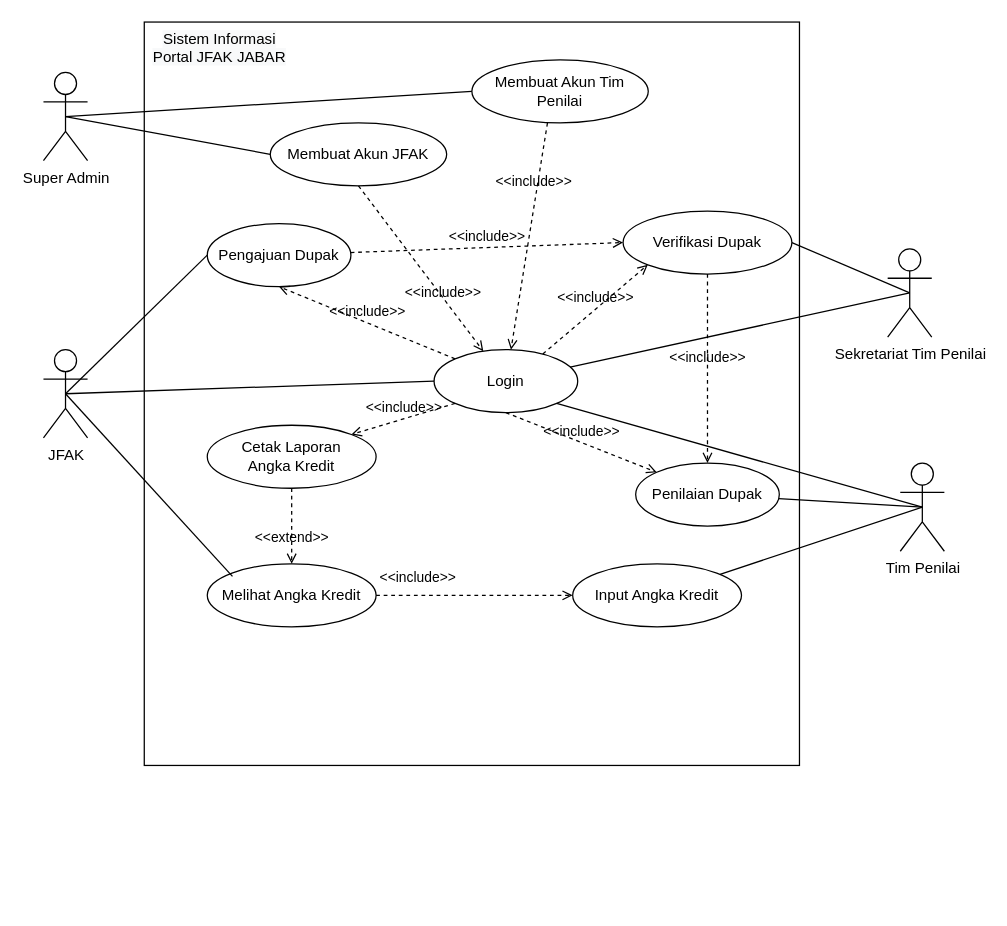
The draw.io diagram Analis/Diagram/Untitled Diagram.drawio in rafifauzi/SIPAK, before the edit. Source tidied: cells renumbered, new cells numbered last; positions are measured from the earlier drawing's top-left corner, leaving out a move shared by most shapes. Both pictures are drawn from the tidied source at 126%, with x=0, y=0 at pixel (43, 21).
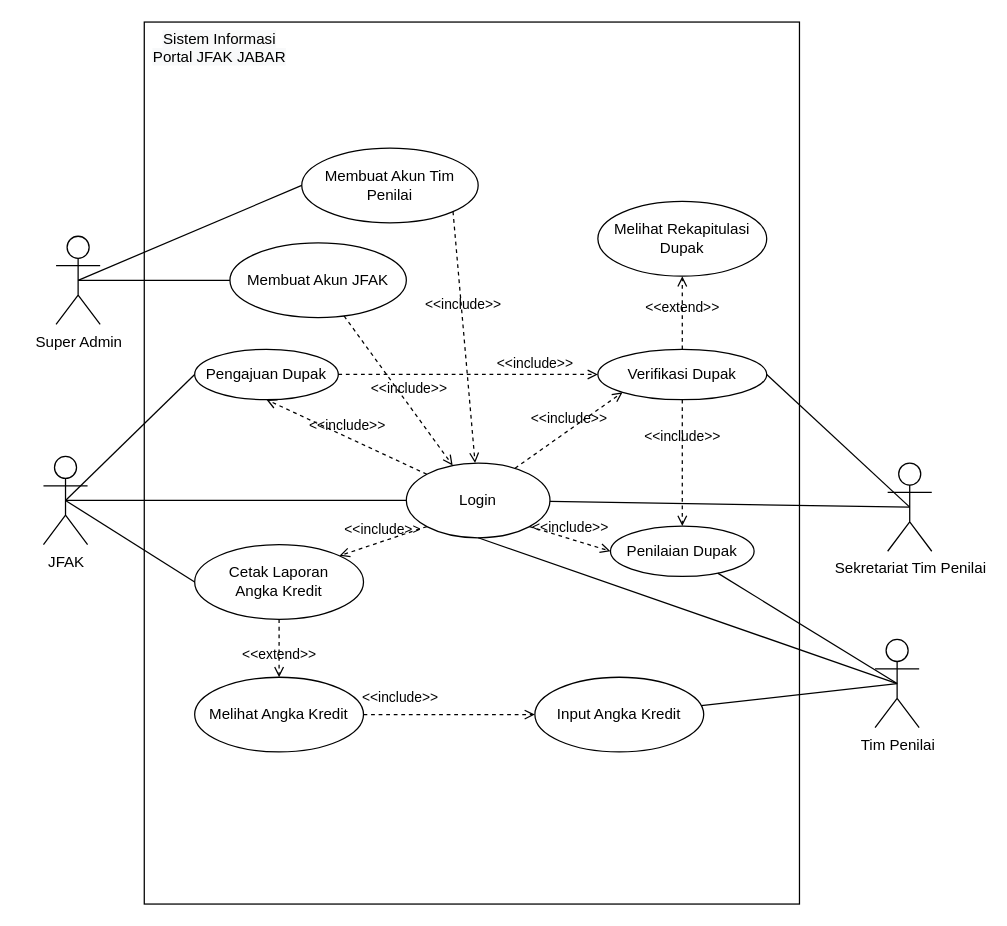
After the change.

Change to the diagram source:
```diff
@@
     <mxCell id="2" style="rounded=0;whiteSpace=wrap;html=1;" parent="1" vertex="1">
-      <mxGeometry x="80" width="520" height="590" as="geometry" />
+      <mxGeometry x="80" width="520" height="700" as="geometry" />
     </mxCell>
     <mxCell id="3" value="Pengajuan Dupak" style="ellipse;whiteSpace=wrap;html=1;" parent="2" vertex="1">
-      <mxGeometry x="50" y="160" width="114" height="50" as="geometry" />
+      <mxGeometry x="40" y="259.7" width="114" height="40" as="geometry" />
     </mxCell>
     <mxCell id="4" value="Membuat Akun Tim Penilai" style="ellipse;whiteSpace=wrap;html=1;" parent="2" vertex="1">
-      <mxGeometry x="260" y="30" width="140" height="50" as="geometry" />
+      <mxGeometry x="125" y="100" width="140" height="59.3" as="geometry" />
     </mxCell>
     <mxCell id="5" value="Verifikasi Dupak" style="ellipse;whiteSpace=wrap;html=1;" parent="2" vertex="1">
-      <mxGeometry x="380" y="150" width="134" height="50" as="geometry" />
+      <mxGeometry x="360" y="259.7" width="134" height="40" as="geometry" />
     </mxCell>
     <mxCell id="6" value="&amp;lt;&amp;lt;include&amp;gt;&amp;gt;" style="html=1;verticalAlign=bottom;labelBackgroundColor=none;endArrow=open;endFill=0;dashed=1;rounded=0;entryX=0;entryY=0.5;entryDx=0;entryDy=0;" parent="2" edge="1" source="3" target="5">
-      <mxGeometry relative="1" as="geometry" />
+      <mxGeometry x="0.51" relative="1" as="geometry" />
     </mxCell>
     <mxCell id="7" value="Penilaian Dupak" style="ellipse;whiteSpace=wrap;html=1;" parent="2" vertex="1">
-      <mxGeometry x="390" y="350" width="114" height="50" as="geometry" />
+      <mxGeometry x="370" y="400" width="114" height="40" as="geometry" />
     </mxCell>
     <mxCell id="8" value="&amp;lt;&amp;lt;include&amp;gt;&amp;gt;" style="html=1;verticalAlign=bottom;labelBackgroundColor=none;endArrow=open;endFill=0;dashed=1;rounded=0;entryX=0.5;entryY=0;entryDx=0;entryDy=0;exitX=0.5;exitY=1;exitDx=0;exitDy=0;" parent="2" edge="1" source="5" target="7">
-      <mxGeometry relative="1" as="geometry" />
+      <mxGeometry x="-0.25" relative="1" as="geometry" />
     </mxCell>
     <mxCell id="9" value="Login" style="ellipse;whiteSpace=wrap;html=1;" parent="2" vertex="1">
-      <mxGeometry x="230" y="260" width="114" height="50" as="geometry" />
+      <mxGeometry x="208" y="350" width="114" height="59.3" as="geometry" />
     </mxCell>
-    <mxCell id="10" value="&amp;lt;&amp;lt;include&amp;gt;&amp;gt;" style="html=1;verticalAlign=bottom;labelBackgroundColor=none;endArrow=open;endFill=0;dashed=1;rounded=0;" parent="2" edge="1" target="9">
-      <mxGeometry x="-0.38" y="-2" relative="1" as="geometry">
-        <mxPoint x="320" y="80" as="sourcePoint" />
-      </mxGeometry>
+    <mxCell id="10" value="&amp;lt;&amp;lt;include&amp;gt;&amp;gt;" style="html=1;verticalAlign=bottom;labelBackgroundColor=none;endArrow=open;endFill=0;dashed=1;rounded=0;exitX=1;exitY=1;exitDx=0;exitDy=0;" parent="2" edge="1" source="4" target="9">
+      <mxGeometry x="-0.17" y="1" relative="1" as="geometry" />
     </mxCell>
@@
     <mxCell id="13" value="Input Angka Kredit" style="ellipse;whiteSpace=wrap;html=1;" parent="2" vertex="1">
-      <mxGeometry x="340" y="430" width="134" height="50" as="geometry" />
+      <mxGeometry x="310" y="520" width="134" height="59.3" as="geometry" />
     </mxCell>
     <mxCell id="14" value="Membuat Akun JFAK" style="ellipse;whiteSpace=wrap;html=1;" parent="2" vertex="1">
-      <mxGeometry x="100" y="80" width="140" height="50" as="geometry" />
+      <mxGeometry x="68" y="175.3" width="140" height="59.3" as="geometry" />
     </mxCell>
-    <mxCell id="15" value="&amp;lt;&amp;lt;include&amp;gt;&amp;gt;" style="html=1;verticalAlign=bottom;labelBackgroundColor=none;endArrow=open;endFill=0;dashed=1;rounded=0;exitX=0.5;exitY=1;exitDx=0;exitDy=0;" parent="2" edge="1" source="14" target="9">
-      <mxGeometry x="0.41" y="-3" relative="1" as="geometry" />
+    <mxCell id="15" value="&amp;lt;&amp;lt;include&amp;gt;&amp;gt;" style="html=1;verticalAlign=bottom;labelBackgroundColor=none;endArrow=open;endFill=0;dashed=1;rounded=0;" parent="2" edge="1" source="14" target="9">
+      <mxGeometry x="0.15" y="2" relative="1" as="geometry" />
     </mxCell>
@@
     <mxCell id="17" value="Cetak Laporan&lt;br&gt;Angka Kredit" style="ellipse;whiteSpace=wrap;html=1;" parent="2" vertex="1">
-      <mxGeometry x="50" y="320" width="134" height="50" as="geometry" />
+      <mxGeometry x="40" y="414.7" width="134" height="59.3" as="geometry" />
     </mxCell>
     <mxCell id="18" value="Melihat Angka Kredit" style="ellipse;whiteSpace=wrap;html=1;" parent="2" vertex="1">
-      <mxGeometry x="50" y="430" width="134" height="50" as="geometry" />
+      <mxGeometry x="40" y="520" width="134" height="59.3" as="geometry" />
     </mxCell>
@@
     <mxCell id="21" value="&lt;span style=&quot;color: rgb(0 , 0 , 0) ; font-family: &amp;#34;helvetica&amp;#34; ; font-size: 12px ; font-style: normal ; font-weight: 400 ; letter-spacing: normal ; text-indent: 0px ; text-transform: none ; word-spacing: 0px ; background-color: rgb(248 , 249 , 250) ; display: inline ; float: none&quot;&gt;Sistem Informasi Portal JFAK JABAR&lt;/span&gt;" style="text;whiteSpace=wrap;html=1;align=center;" parent="2" vertex="1">
-      <mxGeometry width="120" height="30" as="geometry" />
+      <mxGeometry width="120" height="35.6" as="geometry" />
     </mxCell>
-    <mxCell id="22" value="&amp;lt;&amp;lt;include&amp;gt;&amp;gt;" style="html=1;verticalAlign=bottom;labelBackgroundColor=none;endArrow=open;endFill=0;dashed=1;rounded=0;entryX=0;entryY=0;entryDx=0;entryDy=0;exitX=0.5;exitY=1;exitDx=0;exitDy=0;" parent="2" edge="1" source="9" target="7">
+    <mxCell id="22" value="&amp;lt;&amp;lt;include&amp;gt;&amp;gt;" style="html=1;verticalAlign=bottom;labelBackgroundColor=none;endArrow=open;endFill=0;dashed=1;rounded=0;entryX=0;entryY=0.5;entryDx=0;entryDy=0;exitX=1;exitY=1;exitDx=0;exitDy=0;" parent="2" edge="1" source="9" target="7">
       <mxGeometry relative="1" as="geometry" />
     </mxCell>
+    <mxCell id="37" value="Melihat Rekapitulasi Dupak" style="ellipse;whiteSpace=wrap;html=1;" parent="2" vertex="1">
+      <mxGeometry x="360" y="142.4" width="134" height="59.3" as="geometry" />
+    </mxCell>
+    <mxCell id="38" value="&amp;lt;&amp;lt;extend&amp;gt;&amp;gt;" style="html=1;verticalAlign=bottom;labelBackgroundColor=none;endArrow=open;endFill=0;dashed=1;rounded=0;exitX=0.5;exitY=0;exitDx=0;exitDy=0;" parent="2" edge="1" source="5" target="37">
+      <mxGeometry x="-0.17" relative="1" as="geometry" />
+    </mxCell>
     <mxCell id="23" value="JFAK" style="shape=umlActor;verticalLabelPosition=bottom;verticalAlign=top;html=1;outlineConnect=0;" parent="1" vertex="1">
-      <mxGeometry y="260" width="35" height="70" as="geometry" />
+      <mxGeometry y="344.7" width="35" height="70" as="geometry" />
     </mxCell>
     <mxCell id="24" value="Tim Penilai" style="shape=umlActor;verticalLabelPosition=bottom;verticalAlign=top;html=1;outlineConnect=0;" parent="1" vertex="1">
-      <mxGeometry x="680" y="350" width="35" height="70" as="geometry" />
+      <mxGeometry x="660" y="490" width="35" height="70" as="geometry" />
     </mxCell>
     <mxCell id="25" value="Super Admin" style="shape=umlActor;verticalLabelPosition=bottom;verticalAlign=top;html=1;outlineConnect=0;" parent="1" vertex="1">
-      <mxGeometry y="40" width="35" height="70" as="geometry" />
+      <mxGeometry x="10" y="170" width="35" height="70" as="geometry" />
     </mxCell>
@@
     <mxCell id="30" value="Sekretariat Tim Penilai" style="shape=umlActor;verticalLabelPosition=bottom;verticalAlign=top;html=1;outlineConnect=0;" parent="1" vertex="1">
-      <mxGeometry x="670" y="180" width="35" height="70" as="geometry" />
+      <mxGeometry x="670" y="350" width="35" height="70" as="geometry" />
     </mxCell>
@@
-    <mxCell id="32" style="endArrow=none;html=1;rounded=0;entryX=0.5;entryY=0.5;entryDx=0;entryDy=0;entryPerimeter=0;" parent="1" edge="1" target="23">
-      <mxGeometry relative="1" as="geometry">
-        <mxPoint x="150" y="440" as="sourcePoint" />
-      </mxGeometry>
+    <mxCell id="32" style="endArrow=none;html=1;rounded=0;entryX=0.5;entryY=0.5;entryDx=0;entryDy=0;entryPerimeter=0;exitX=0;exitY=0.5;exitDx=0;exitDy=0;" parent="1" edge="1" source="17" target="23">
+      <mxGeometry relative="1" as="geometry" />
     </mxCell>
@@
-    <mxCell id="36" style="endArrow=none;html=1;rounded=0;exitX=0.5;exitY=0.5;exitDx=0;exitDy=0;exitPerimeter=0;entryX=1;entryY=1;entryDx=0;entryDy=0;" parent="1" edge="1" source="24" target="9">
+    <mxCell id="36" style="endArrow=none;html=1;rounded=0;exitX=0.5;exitY=0.5;exitDx=0;exitDy=0;exitPerimeter=0;entryX=0.5;entryY=1;entryDx=0;entryDy=0;" parent="1" edge="1" source="24" target="9">
       <mxGeometry relative="1" as="geometry" />
     </mxCell>
```
